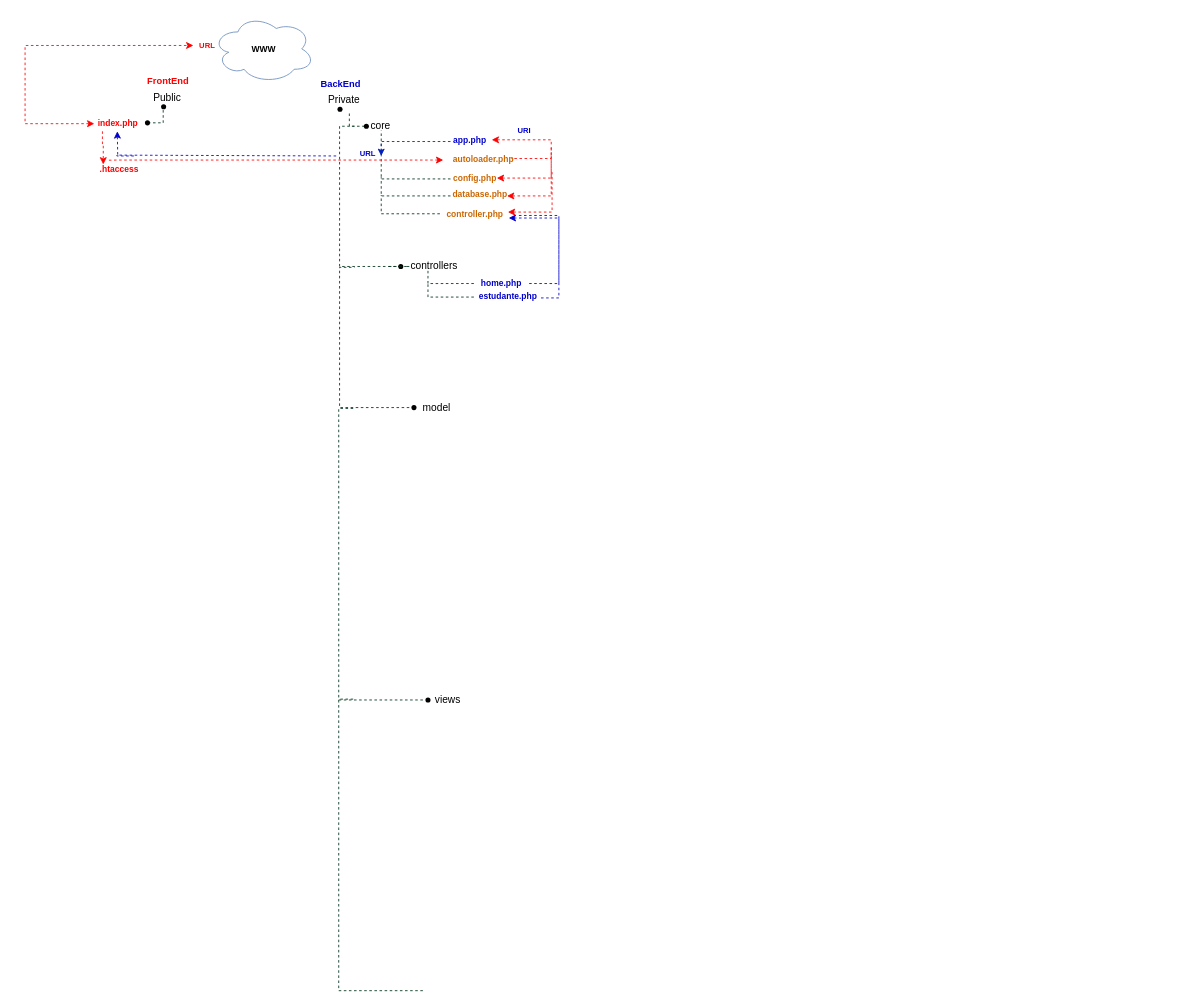
This is material/Diagrama_acelnet_school.drawio from acaluege/acelnet_school, a draw.io file, before an edit. Source tidied: cells renumbered, new cells numbered last; positions are measured from the earlier drawing's top-left corner, leaving out a move shared by most shapes. Both pictures are drawn from the tidied source at 85%, with x=0, y=0 at pixel (25, 14).
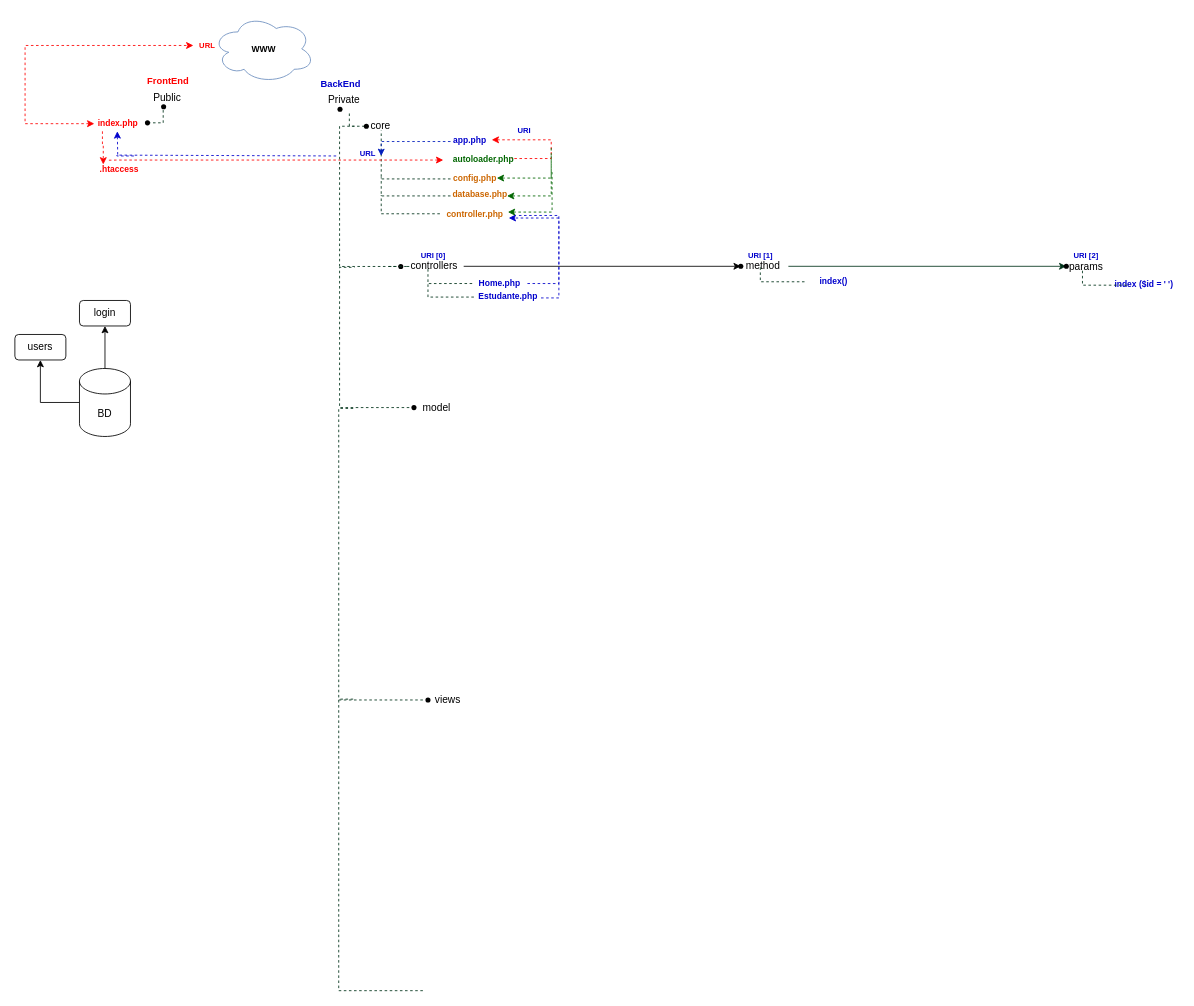
Above is the later version.

Commit message (it also covers changes not shown here):
Calling app method

The change refers to these unchanged cells:
```xml
<mxCell id="33" value="controllers" style="text;html=1;align=center;verticalAlign=middle;points=[];strokeColor=none;fillColor=none;fontSize=12;" parent="1" vertex="1">
  <mxGeometry x="446" y="285.8" width="70" height="20" as="geometry" />
</mxCell>
```

Change to the diagram source:
```diff
@@
-    <mxCell id="15" value="autoloader.php" style="text;html=1;align=center;verticalAlign=middle;whiteSpace=wrap;rounded=0;fontStyle=1;fontSize=10;fontColor=#CC6600;" parent="1" vertex="1">
+    <mxCell id="15" value="autoloader.php" style="text;html=1;align=center;verticalAlign=middle;whiteSpace=wrap;rounded=0;fontStyle=1;fontSize=10;fontColor=#006600;" parent="1" vertex="1">
       <mxGeometry x="507" y="158.5" width="65" height="20.5" as="geometry" />
     </mxCell>
@@
-    <mxCell id="23" style="edgeStyle=orthogonalEdgeStyle;rounded=0;jettySize=auto;html=1;dashed=1;startArrow=classic;startFill=1;endArrow=none;endFill=0;strokeColor=#FF0000;strokeWidth=1;fontColor=#0000CC;fillColor=#a0522d;" parent="1" edge="1" target="15">
+    <mxCell id="23" style="edgeStyle=orthogonalEdgeStyle;rounded=0;jettySize=auto;html=1;dashed=1;startArrow=classic;startFill=1;endArrow=none;endFill=0;strokeColor=#FF0000;strokeWidth=1;fontColor=#006600;fillColor=#a0522d;" parent="1" edge="1" target="15">
       <mxGeometry relative="1" as="geometry">
         <mxPoint x="549" y="147" as="sourcePoint" />
         <Array as="points">
           <mxPoint x="619" y="147" />
           <mxPoint x="619" y="169" />
         </Array>
       </mxGeometry>
     </mxCell>
-    <mxCell id="24" style="edgeStyle=orthogonalEdgeStyle;rounded=0;orthogonalLoop=1;jettySize=auto;html=1;dashed=1;startArrow=classic;startFill=1;endArrow=none;endFill=0;strokeColor=#FF0000;strokeWidth=1;fontColor=#CC6600;fillColor=#a0522d;" parent="1" edge="1">
+    <mxCell id="24" style="edgeStyle=orthogonalEdgeStyle;rounded=0;orthogonalLoop=1;jettySize=auto;html=1;dashed=1;startArrow=classic;startFill=1;endArrow=none;endFill=0;strokeColor=#006600;strokeWidth=1;fontColor=#CC6600;fillColor=#a0522d;" parent="1" edge="1">
       <mxGeometry relative="1" as="geometry">
         <mxPoint x="555" y="192" as="sourcePoint" />
         <mxPoint x="619" y="156" as="targetPoint" />
         <Array as="points">
           <mxPoint x="619" y="192" />
         </Array>
       </mxGeometry>
     </mxCell>
-    <mxCell id="25" style="edgeStyle=orthogonalEdgeStyle;rounded=0;orthogonalLoop=1;jettySize=auto;html=1;dashed=1;startArrow=classic;startFill=1;endArrow=none;endFill=0;strokeColor=#FF0000;strokeWidth=1;fillColor=#a0522d;" parent="1" edge="1">
+    <mxCell id="25" style="edgeStyle=orthogonalEdgeStyle;rounded=0;orthogonalLoop=1;jettySize=auto;html=1;dashed=1;startArrow=classic;startFill=1;endArrow=none;endFill=0;strokeColor=#006600;strokeWidth=1;fillColor=#a0522d;" parent="1" edge="1">
       <mxGeometry relative="1" as="geometry">
         <mxPoint x="567" y="213" as="sourcePoint" />
         <mxPoint x="619" y="166" as="targetPoint" />
         <Array as="points">
           <mxPoint x="619" y="213" />
         </Array>
       </mxGeometry>
     </mxCell>
@@
-    <mxCell id="43" value="home.php" style="text;html=1;align=center;verticalAlign=middle;whiteSpace=wrap;rounded=0;fontStyle=1;fontSize=10;fontColor=#0000CC;" parent="1" vertex="1">
-      <mxGeometry x="528" y="305.8" width="65" height="20.5" as="geometry" />
+    <mxCell id="43" value="Home.php" style="text;html=1;align=center;verticalAlign=middle;whiteSpace=wrap;rounded=0;fontStyle=1;fontSize=10;fontColor=#0000CC;" parent="1" vertex="1">
+      <mxGeometry x="526" y="305.8" width="65" height="20.5" as="geometry" />
     </mxCell>
@@
-    <mxCell id="50" style="edgeStyle=orthogonalEdgeStyle;rounded=0;orthogonalLoop=1;jettySize=auto;html=1;dashed=1;startArrow=classic;startFill=1;endArrow=none;endFill=0;strokeColor=#FF0000;strokeWidth=1;fillColor=#a0522d;" parent="1" edge="1">
+    <mxCell id="50" style="edgeStyle=orthogonalEdgeStyle;rounded=0;orthogonalLoop=1;jettySize=auto;html=1;dashed=1;startArrow=classic;startFill=1;endArrow=none;endFill=0;strokeColor=#006600;strokeWidth=1;fillColor=#a0522d;" parent="1" edge="1">
       <mxGeometry relative="1" as="geometry">
         <mxPoint x="568" y="232" as="sourcePoint" />
         <mxPoint x="620" y="185" as="targetPoint" />
         <Array as="points">
           <mxPoint x="620" y="232" />
         </Array>
       </mxGeometry>
     </mxCell>
@@
-    <mxCell id="52" value="estudante.php" style="text;html=1;align=center;verticalAlign=middle;whiteSpace=wrap;rounded=0;fontStyle=1;fontSize=10;fontColor=#0000CC;" parent="1" vertex="1">
+    <mxCell id="52" value="Estudante.php" style="text;html=1;align=center;verticalAlign=middle;whiteSpace=wrap;rounded=0;fontStyle=1;fontSize=10;fontColor=#0000CC;" parent="1" vertex="1">
       <mxGeometry x="536" y="320.8" width="65" height="20.5" as="geometry" />
     </mxCell>
@@
+    <mxCell id="54" style="edgeStyle=orthogonalEdgeStyle;rounded=0;jettySize=auto;html=1;" parent="1" edge="1" source="56" target="57">
+      <mxGeometry relative="1" as="geometry" />
+    </mxCell>
+    <mxCell id="55" style="edgeStyle=orthogonalEdgeStyle;rounded=0;jettySize=auto;html=1;" parent="1" edge="1" source="56" target="58">
+      <mxGeometry relative="1" as="geometry" />
+    </mxCell>
+    <mxCell id="56" value="BD" style="shape=cylinder3;whiteSpace=wrap;html=1;boundedLbl=1;backgroundOutline=1;size=15;" parent="1" vertex="1">
+      <mxGeometry x="64" y="416" width="60" height="80" as="geometry" />
+    </mxCell>
+    <mxCell id="57" value="users" style="rounded=1;whiteSpace=wrap;html=1;" parent="1" vertex="1">
+      <mxGeometry x="-12" y="376" width="60" height="30" as="geometry" />
+    </mxCell>
+    <mxCell id="58" value="login" style="rounded=1;whiteSpace=wrap;html=1;" parent="1" vertex="1">
+      <mxGeometry x="64" y="336" width="60" height="30" as="geometry" />
+    </mxCell>
+    <mxCell id="59" style="edgeStyle=orthogonalEdgeStyle;rounded=0;jettySize=auto;html=1;fontColor=#CC6600;startArrow=none;startFill=0;endArrow=classic;endFill=1;strokeColor=#00331A;entryX=0.633;entryY=0.631;entryDx=0;entryDy=0;entryPerimeter=0;" parent="1" edge="1" source="60" target="66">
+      <mxGeometry relative="1" as="geometry" />
+    </mxCell>
+    <mxCell id="60" value="method" style="text;html=1;align=center;verticalAlign=middle;points=[];strokeColor=none;fillColor=none;fontSize=12;" parent="1" vertex="1">
+      <mxGeometry x="838" y="285.8" width="60" height="20" as="geometry" />
+    </mxCell>
+    <mxCell id="61" style="edgeStyle=orthogonalEdgeStyle;rounded=0;jettySize=auto;html=1;endArrow=none;endFill=0;startArrow=classic;startFill=1;" parent="1" edge="1" source="62" target="33">
+      <mxGeometry relative="1" as="geometry" />
+    </mxCell>
+    <mxCell id="62" style="shape=waypoint;sketch=0;fillStyle=solid;size=6;points=[];fillColor=none;perimeter=centerPerimeter;snapToPoint=1;fontSize=10;" parent="1" vertex="1">
+      <mxGeometry x="822" y="275.8" width="40" height="40" as="geometry" />
+    </mxCell>
+    <mxCell id="63" value="URI [0]" style="text;html=1;align=center;verticalAlign=middle;strokeColor=none;fillColor=none;fontColor=#0000CC;fontSize=9;fontStyle=1;" parent="1" vertex="1">
+      <mxGeometry x="460" y="273" width="40" height="20" as="geometry" />
+    </mxCell>
+    <mxCell id="64" value="URI [1]" style="text;html=1;align=center;verticalAlign=middle;strokeColor=none;fillColor=none;fontColor=#0000CC;fontSize=9;fontStyle=1;" parent="1" vertex="1">
+      <mxGeometry x="845" y="273" width="40" height="20" as="geometry" />
+    </mxCell>
+    <mxCell id="65" value="params" style="text;html=1;align=center;verticalAlign=middle;strokeColor=none;fillColor=none;fontSize=12;" parent="1" vertex="1">
+      <mxGeometry x="1218" y="286.8" width="60" height="20" as="geometry" />
+    </mxCell>
+    <mxCell id="66" style="shape=waypoint;sketch=0;fillStyle=solid;size=6;points=[];fillColor=none;perimeter=centerPerimeter;snapToPoint=1;fontSize=10;" parent="1" vertex="1">
+      <mxGeometry x="1205" y="275.8" width="40" height="40" as="geometry" />
+    </mxCell>
+    <mxCell id="67" value="URI [2]" style="text;html=1;align=center;verticalAlign=middle;strokeColor=none;fillColor=none;fontColor=#0000CC;fontSize=9;fontStyle=1;" parent="1" vertex="1">
+      <mxGeometry x="1228" y="273" width="40" height="20" as="geometry" />
+    </mxCell>
+    <mxCell id="68" value="index()" style="text;html=1;align=center;verticalAlign=middle;whiteSpace=wrap;rounded=0;fontStyle=1;fontSize=10;fontColor=#0000CC;" parent="1" vertex="1">
+      <mxGeometry x="919" y="302.8" width="65" height="20.5" as="geometry" />
+    </mxCell>
+    <mxCell id="69" style="edgeStyle=orthogonalEdgeStyle;rounded=0;orthogonalLoop=1;jettySize=auto;html=1;dashed=1;startArrow=none;startFill=0;endArrow=none;endFill=0;strokeColor=#00331A;strokeWidth=1;exitX=0;exitY=0.5;exitDx=0;exitDy=0;" parent="1" edge="1">
+      <mxGeometry relative="1" as="geometry">
+        <mxPoint x="917" y="314" as="sourcePoint" />
+        <mxPoint x="865" y="295.8" as="targetPoint" />
+        <Array as="points">
+          <mxPoint x="865" y="313.8" />
+        </Array>
+      </mxGeometry>
+    </mxCell>
+    <mxCell id="70" value="index ($id = ' ')" style="text;html=1;align=center;verticalAlign=middle;whiteSpace=wrap;rounded=0;fontStyle=1;fontSize=10;fontColor=#0000CC;" parent="1" vertex="1">
+      <mxGeometry x="1275" y="306.8" width="83" height="20.5" as="geometry" />
+    </mxCell>
+    <mxCell id="71" style="edgeStyle=orthogonalEdgeStyle;rounded=0;orthogonalLoop=1;jettySize=auto;html=1;dashed=1;startArrow=none;startFill=0;endArrow=none;endFill=0;strokeColor=#00331A;strokeWidth=1;exitX=0;exitY=0.5;exitDx=0;exitDy=0;" parent="1" edge="1">
+      <mxGeometry relative="1" as="geometry">
+        <mxPoint x="1296" y="318" as="sourcePoint" />
+        <mxPoint x="1244" y="299.8" as="targetPoint" />
+        <Array as="points">
+          <mxPoint x="1244" y="317.8" />
+        </Array>
+      </mxGeometry>
+    </mxCell>
```
